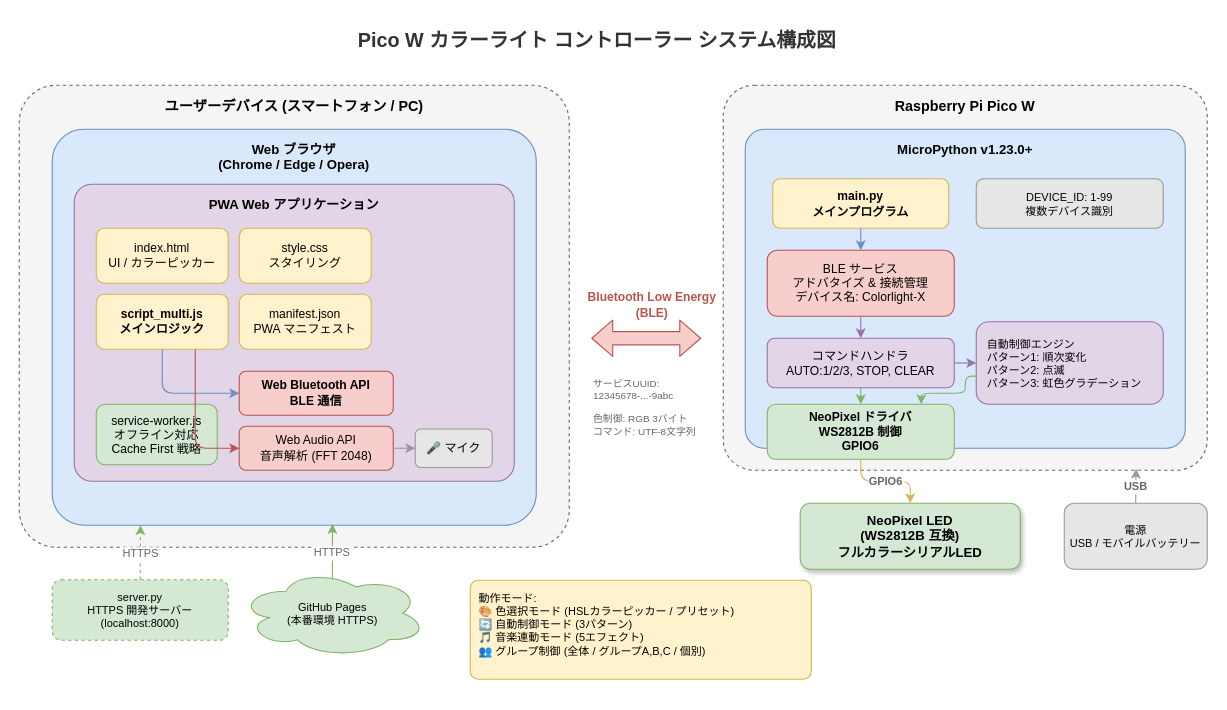
This is docs/system-architecture.drawio from raspimoku/recipebook03_penlight, a draw.io file, before an edit. Source tidied: cells renumbered, new cells numbered last; positions are measured from the earlier drawing's top-left corner, leaving out a move shared by most shapes. Both pictures are drawn from the tidied source at 110%, with x=0, y=0 at pixel (19, 19).
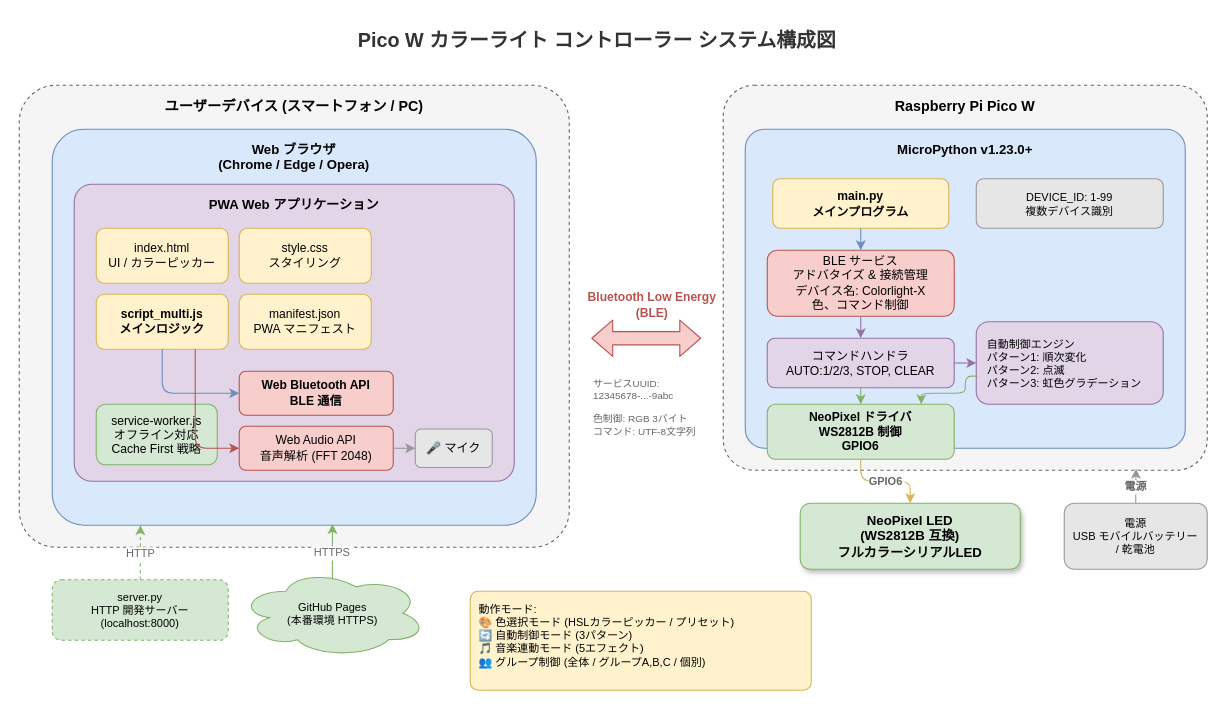
Above is the later version.

Commit message (it also covers changes not shown here):
fix: system-architecture diagram

Unchanged cells that the change refers to:
```xml
<mxCell id="20" value="Raspberry Pi Pico W" style="rounded=1;whiteSpace=wrap;html=1;fillColor=#f5f5f5;strokeColor=#666666;dashed=1;fontSize=13;fontStyle=1;verticalAlign=top;spacingTop=5;arcSize=8;" parent="1" vertex="1">
  <mxGeometry x="640" y="60" width="440" height="350" as="geometry" />
</mxCell>
```

Diff of the diagram source:
```diff
@@
-    <mxCell id="23" value="BLE サービス&#10;アドバタイズ &amp; 接続管理&#10;デバイス名: Colorlight-X" style="rounded=1;whiteSpace=wrap;html=1;fillColor=#f8cecc;strokeColor=#b85450;fontSize=11;" parent="1" vertex="1">
+    <mxCell id="23" value="BLE サービス&lt;br&gt;アドバタイズ &amp;amp; 接続管理&lt;br&gt;デバイス名: Colorlight-X&lt;br&gt;色、コマンド制御" style="rounded=1;whiteSpace=wrap;html=1;fillColor=#f8cecc;strokeColor=#b85450;fontSize=11;" parent="1" vertex="1">
       <mxGeometry x="680" y="210" width="170" height="60" as="geometry" />
     </mxCell>
@@
-    <mxCell id="35" value="電源&#10;USB / モバイルバッテリー" style="rounded=1;whiteSpace=wrap;html=1;fillColor=#e6e6e6;strokeColor=#999999;fontSize=10;" parent="1" vertex="1">
+    <mxCell id="35" value="電源&lt;br&gt;USB モバイルバッテリー&lt;br&gt;/ 乾電池" style="rounded=1;whiteSpace=wrap;html=1;fillColor=#e6e6e6;strokeColor=#999999;fontSize=10;" parent="1" vertex="1">
       <mxGeometry x="950" y="440" width="130" height="60" as="geometry" />
     </mxCell>
-    <mxCell id="36" value="USB" style="edgeStyle=orthogonalEdgeStyle;rounded=1;exitX=0.5;exitY=0;entryX=0.853;entryY=0.996;strokeColor=#999999;fontColor=#666666;fontSize=10;fontStyle=1;entryDx=0;entryDy=0;entryPerimeter=0;" parent="1" edge="1" source="35" target="20">
+    <mxCell id="36" value="電源" style="edgeStyle=orthogonalEdgeStyle;rounded=1;exitX=0.5;exitY=0;entryX=0.853;entryY=0.996;strokeColor=#999999;fontColor=#666666;fontSize=10;fontStyle=1;entryDx=0;entryDy=0;entryPerimeter=0;" parent="1" edge="1" source="35" target="20">
       <mxGeometry relative="1" as="geometry" />
     </mxCell>
-    <mxCell id="37" value="server.py&#10;HTTPS 開発サーバー&#10;(localhost:8000)" style="rounded=1;whiteSpace=wrap;html=1;fillColor=#d5e8d4;strokeColor=#82b366;fontSize=10;dashed=1;" parent="1" vertex="1">
+    <mxCell id="37" value="server.py&lt;br&gt;HTTP 開発サーバー&lt;br&gt;(localhost:8000)" style="rounded=1;whiteSpace=wrap;html=1;fillColor=#d5e8d4;strokeColor=#82b366;fontSize=10;dashed=1;" parent="1" vertex="1">
       <mxGeometry x="30" y="509.6" width="160" height="55" as="geometry" />
     </mxCell>
@@
-    <mxCell id="39" value="HTTPS" style="edgeStyle=orthogonalEdgeStyle;rounded=1;exitX=0.5;exitY=0;entryX=0.114;entryY=1.001;strokeColor=#82b366;fontColor=#666666;fontSize=10;dashed=1;entryDx=0;entryDy=0;entryPerimeter=0;" parent="1" edge="1" source="37">
+    <mxCell id="39" value="HTTP" style="edgeStyle=orthogonalEdgeStyle;rounded=1;exitX=0.5;exitY=0;entryX=0.114;entryY=1.001;strokeColor=#82b366;fontColor=#666666;fontSize=10;dashed=1;entryDx=0;entryDy=0;entryPerimeter=0;" parent="1" edge="1" source="37">
       <mxGeometry relative="1" as="geometry">
         <mxPoint x="110.2" y="460" as="targetPoint" />
       </mxGeometry>
     </mxCell>
@@
     <mxCell id="41" value="動作モード:&#10;🎨 色選択モード (HSLカラーピッカー / プリセット)&#10;🔄 自動制御モード (3パターン)&#10;🎵 音楽連動モード (5エフェクト)&#10;👥 グループ制御 (全体 / グループA,B,C / 個別)" style="text;html=1;align=left;verticalAlign=top;strokeColor=#d6b656;fillColor=#fff2cc;fontSize=10;rounded=1;arcSize=8;spacingLeft=6;spacingRight=6;spacingTop=4;spacingBottom=4;" parent="1" vertex="1">
-      <mxGeometry x="410" y="510" width="310" height="90" as="geometry" />
+      <mxGeometry x="410" y="520" width="310" height="90" as="geometry" />
     </mxCell>
```
